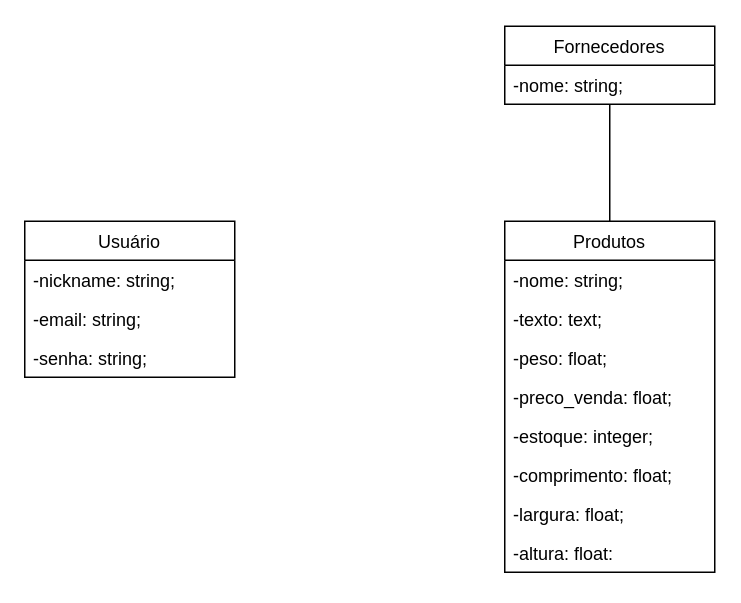
This is page "Página-2" (2 of 3) of Questões/Diagrama sem título.drawio from FlavioCandidoSilva/2020_1_POO, a draw.io file, before an edit. Source tidied: cells renumbered, new cells numbered last; positions are measured from the earlier drawing's top-left corner, leaving out a move shared by most shapes. Both pictures are drawn from the tidied source at 150%, with x=0, y=0 at pixel (24, 26).
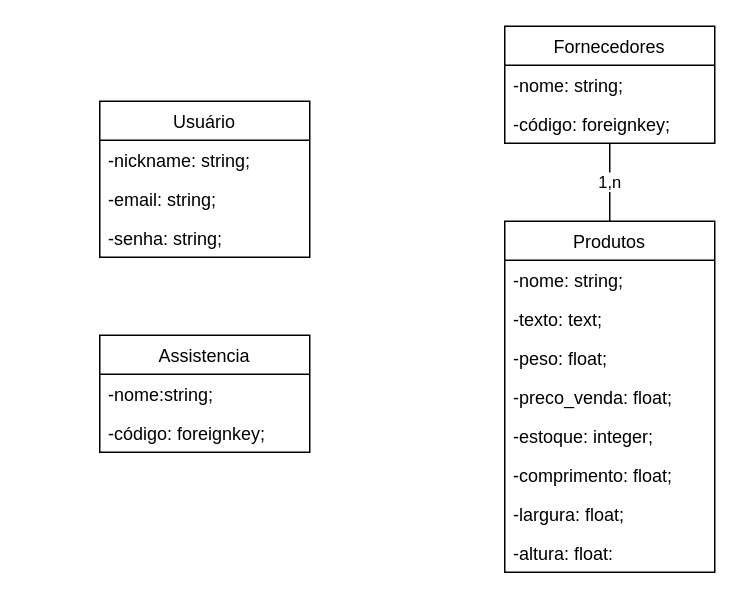
Above is the later version.

The change refers to these unchanged cells:
```xml
<mxCell id="7" value="Produtos" style="swimlane;fontStyle=0;horizontal=1;startSize=26;fillColor=none;" parent="1" vertex="1">
  <mxGeometry x="320" y="130" width="140" height="234" as="geometry" />
</mxCell>
```

The edit, as a diff of the source:
```diff
@@
     <mxCell id="2" value="Usuário" style="swimlane;fontStyle=0;horizontal=1;startSize=26;fillColor=none;" parent="1" vertex="1">
-      <mxGeometry y="130" width="140" height="104" as="geometry" />
+      <mxGeometry x="50" y="50" width="140" height="104" as="geometry" />
     </mxCell>
@@
-    <mxCell id="6" style="edgeStyle=orthogonalEdgeStyle;rounded=0;jettySize=auto;html=1;exitX=0.5;exitY=0;exitDx=0;exitDy=0;startArrow=none;startFill=0;endArrow=none;endFill=0;strokeColor=default;" parent="1" edge="1" source="7" target="16">
+    <mxCell id="6" value="1,n" style="edgeStyle=orthogonalEdgeStyle;rounded=0;jettySize=auto;html=1;exitX=0.5;exitY=0;exitDx=0;exitDy=0;startArrow=none;startFill=0;endArrow=none;endFill=0;strokeColor=default;" parent="1" edge="1" source="7" target="16">
       <mxGeometry relative="1" as="geometry" />
     </mxCell>
@@
     <mxCell id="16" value="Fornecedores" style="swimlane;fontStyle=0;horizontal=1;startSize=26;fillColor=none;" parent="1" vertex="1">
-      <mxGeometry x="320" width="140" height="52" as="geometry" />
+      <mxGeometry x="320" width="140" height="78" as="geometry" />
     </mxCell>
@@
+    <mxCell id="18" value="-código: foreignkey;" style="text;strokeColor=none;fillColor=none;align=left;verticalAlign=top;spacingLeft=4;spacingRight=4;overflow=hidden;" parent="16" vertex="1">
+      <mxGeometry y="52" width="140" height="26" as="geometry" />
+    </mxCell>
+    <mxCell id="19" value="Assistencia" style="swimlane;fontStyle=0;horizontal=1;startSize=26;fillColor=none;" parent="1" vertex="1">
+      <mxGeometry x="50" y="206" width="140" height="78" as="geometry" />
+    </mxCell>
+    <mxCell id="20" value="-nome:string;" style="text;strokeColor=none;fillColor=none;align=left;verticalAlign=top;spacingLeft=4;spacingRight=4;overflow=hidden;" parent="19" vertex="1">
+      <mxGeometry y="26" width="140" height="26" as="geometry" />
+    </mxCell>
+    <mxCell id="21" value="-código: foreignkey;" style="text;strokeColor=none;fillColor=none;align=left;verticalAlign=top;spacingLeft=4;spacingRight=4;overflow=hidden;" parent="19" vertex="1">
+      <mxGeometry y="52" width="140" height="26" as="geometry" />
+    </mxCell>
```
